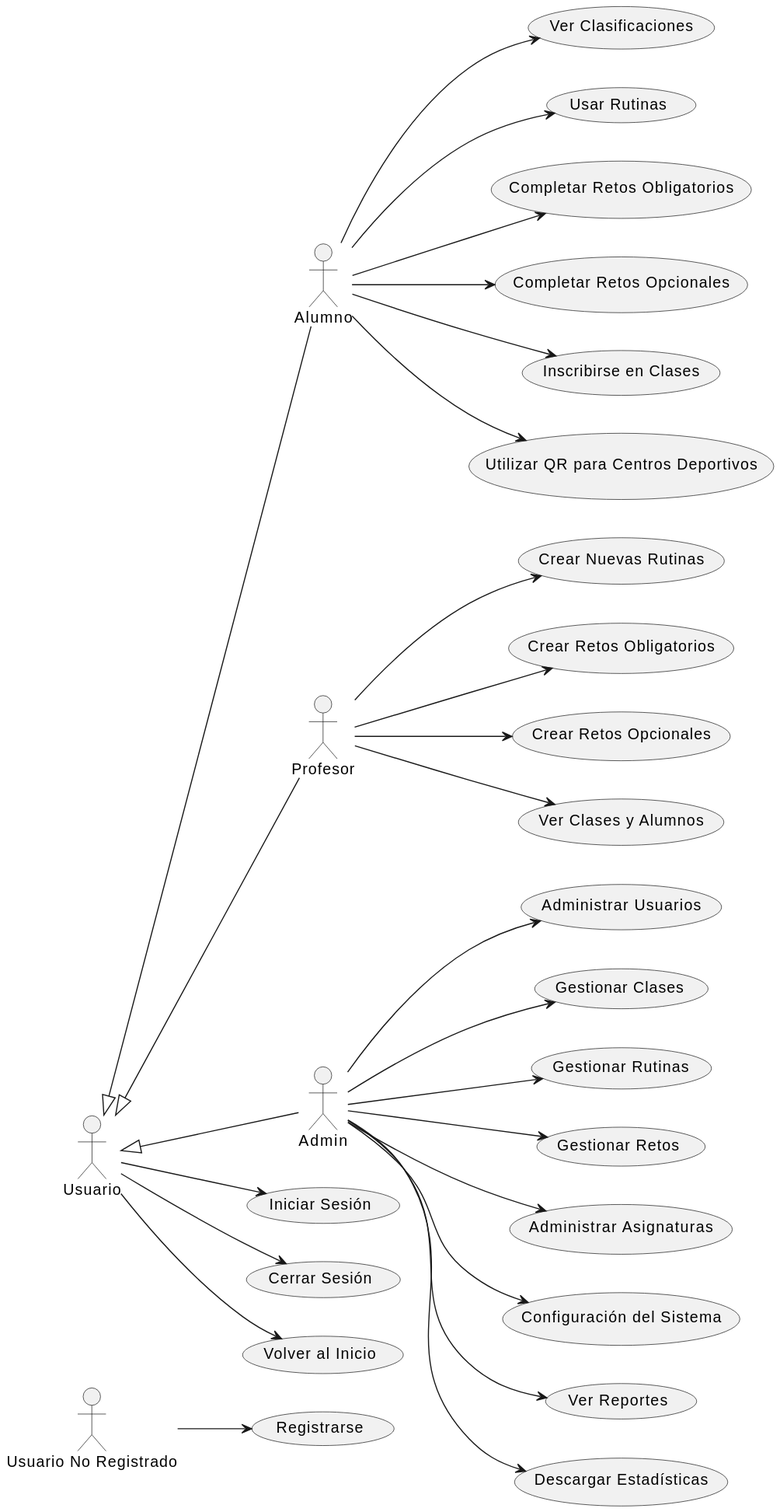
This is Documentos/Imagenes/CasosDeUso/CasosDeUso.svg from mmasias/24-25-IdSw1-SDR, a PlantUML export, as it was before one commit.
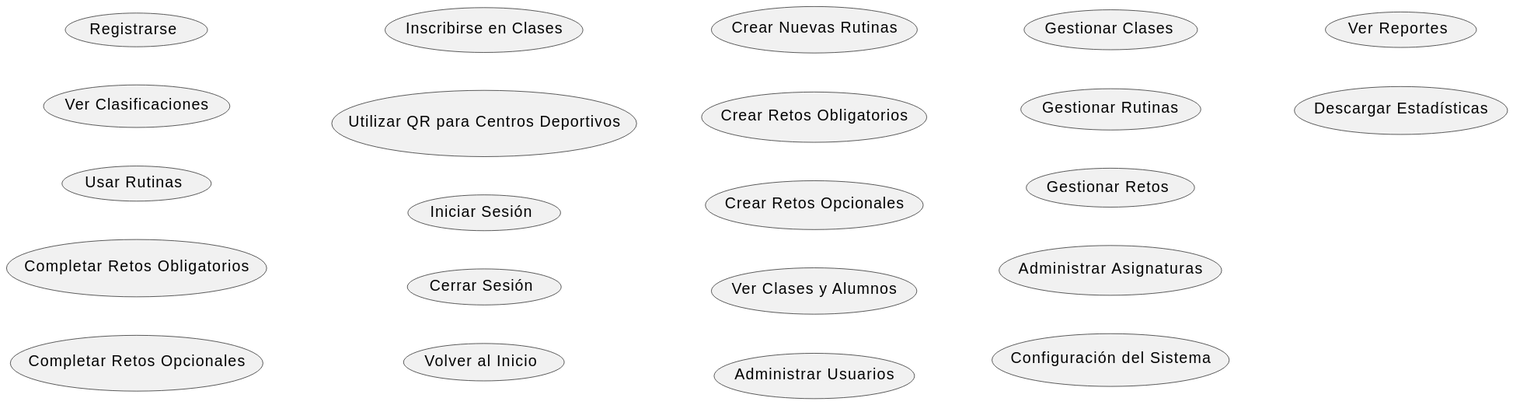
The same file after the commit.

What changed in the source:
```diff
@@ -1,66 +1,29 @@
 @startuml
 left to right direction
 
-actor "Usuario No Registrado" as UsuarioNoRegistrado
-actor Usuario
-actor Alumno
-actor Profesor
-actor Admin
+usecase "Registrarse" as Registrarse
 
-Usuario <|-- Alumno
-Usuario <|-- Profesor
-Usuario <|-- Admin
+usecase "Ver Clasificaciones" as VerClasificaciones
+usecase "Usar Rutinas" as UsarRutinas
+usecase "Completar Retos Obligatorios" as CompletarRetosObligatorios
+usecase "Completar Retos Opcionales" as CompletarRetosOpcionales
+usecase "Inscribirse en Clases" as InscribirseClases
+usecase "Utilizar QR para Centros Deportivos" as UsarQR
+usecase "Iniciar Sesión" as IniciarSesion
+usecase "Cerrar Sesión" as CerrarSesion
+usecase "Volver al Inicio" as VolverInicio
 
-usecase "Registrarse" as UC_Registrarse
-usecase "Iniciar Sesión" as UC_IniciarSesion
-usecase "Cerrar Sesión" as UC_CerrarSesion
-usecase "Volver al Inicio" as UC_VolverInicio
+usecase "Crear Nuevas Rutinas" as CrearRutinas
+usecase "Crear Retos Obligatorios" as CrearRetosObligatorios
+usecase "Crear Retos Opcionales" as CrearRetosOpcionales
+usecase "Ver Clases y Alumnos" as VerClasesAlumnos
 
-usecase "Ver Clasificaciones" as UC_VerClasificaciones
-usecase "Usar Rutinas" as UC_UsarRutinas
-usecase "Completar Retos Obligatorios" as UC_CompletarRetosObligatorios
-usecase "Completar Retos Opcionales" as UC_CompletarRetosOpcionales
-usecase "Inscribirse en Clases" as UC_InscribirseClases
-usecase "Utilizar QR para Centros Deportivos" as UC_UsarQR
-
-usecase "Crear Nuevas Rutinas" as UC_CrearRutinas
-usecase "Crear Retos Obligatorios" as UC_CrearRetosObligatorios
-usecase "Crear Retos Opcionales" as UC_CrearRetosOpcionales
-usecase "Ver Clases y Alumnos" as UC_VerClasesAlumnos
-
-usecase "Administrar Usuarios" as UC_AdministrarUsuarios
-usecase "Gestionar Clases" as UC_GestionarClases
-usecase "Gestionar Rutinas" as UC_GestionarRutinas
-usecase "Gestionar Retos" as UC_GestionarRetos
-usecase "Administrar Asignaturas" as UC_AdministrarAsignaturas
-usecase "Configuración del Sistema" as UC_ConfigurarSistema
-usecase "Ver Reportes" as UC_VerReportes
-usecase "Descargar Estadísticas" as UC_DescargarEstadisticas
-
-UsuarioNoRegistrado --> UC_Registrarse
-
-Usuario --> UC_IniciarSesion
-Usuario --> UC_CerrarSesion
-Usuario --> UC_VolverInicio
-
-Alumno --> UC_VerClasificaciones
-Alumno --> UC_UsarRutinas
-Alumno --> UC_CompletarRetosObligatorios
-Alumno --> UC_CompletarRetosOpcionales
-Alumno --> UC_InscribirseClases
-Alumno --> UC_UsarQR
-
-Profesor --> UC_CrearRutinas
-Profesor --> UC_CrearRetosObligatorios
-Profesor --> UC_CrearRetosOpcionales
-Profesor --> UC_VerClasesAlumnos
-
-Admin --> UC_AdministrarUsuarios
-Admin --> UC_GestionarClases
-Admin --> UC_GestionarRutinas
-Admin --> UC_GestionarRetos
-Admin --> UC_AdministrarAsignaturas
-Admin --> UC_ConfigurarSistema
-Admin --> UC_VerReportes
-Admin --> UC_DescargarEstadisticas
+usecase "Administrar Usuarios" as AdministrarUsuarios
+usecase "Gestionar Clases" as GestionarClases
+usecase "Gestionar Rutinas" as GestionarRutinas
+usecase "Gestionar Retos" as GestionarRetos
+usecase "Administrar Asignaturas" as AdministrarAsignaturas
+usecase "Configuración del Sistema" as ConfigurarSistema
+usecase "Ver Reportes" as VerReportes
+usecase "Descargar Estadísticas" as DescargarEstadisticas
 @enduml
```
